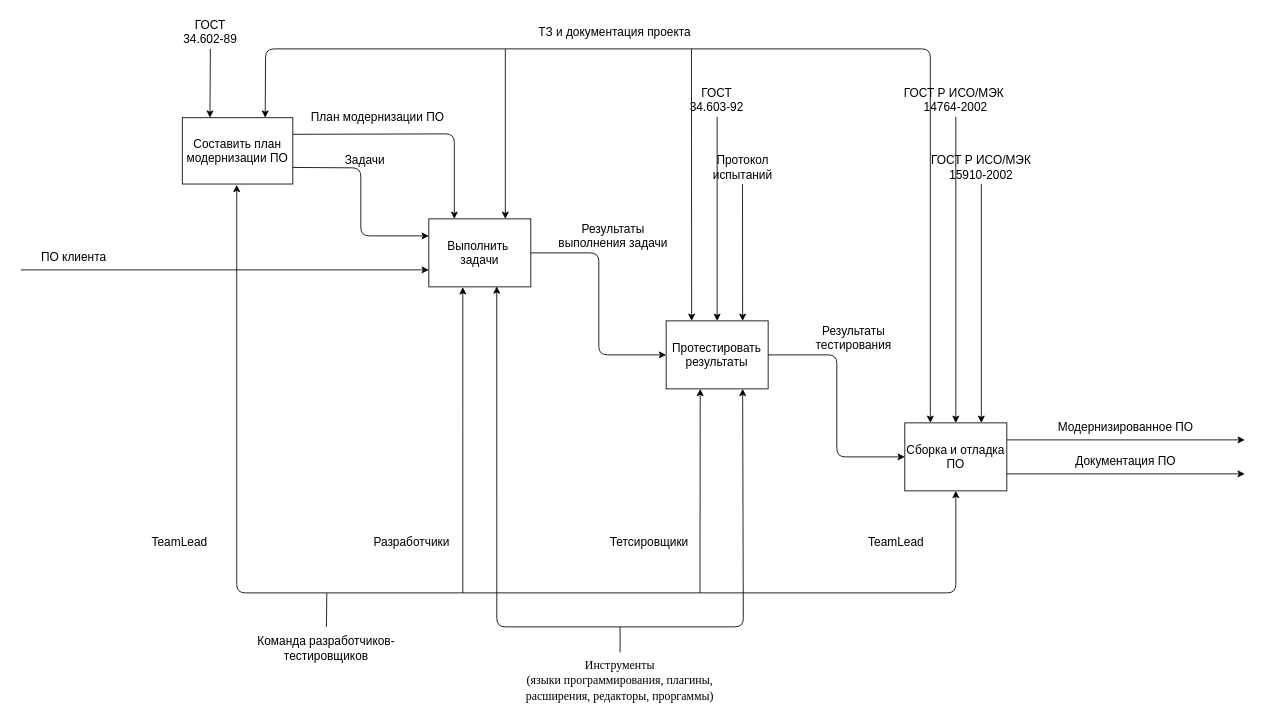
Above: Project.drawio in Semenov-D/IDEF0_Function-modeling (draw.io), before the change. Source tidied: cells renumbered, new cells numbered last; positions are measured from the earlier drawing's top-left corner, leaving out a move shared by most shapes. Both pictures are drawn from the tidied source at 85%, with x=0, y=0 at pixel (20, 14).
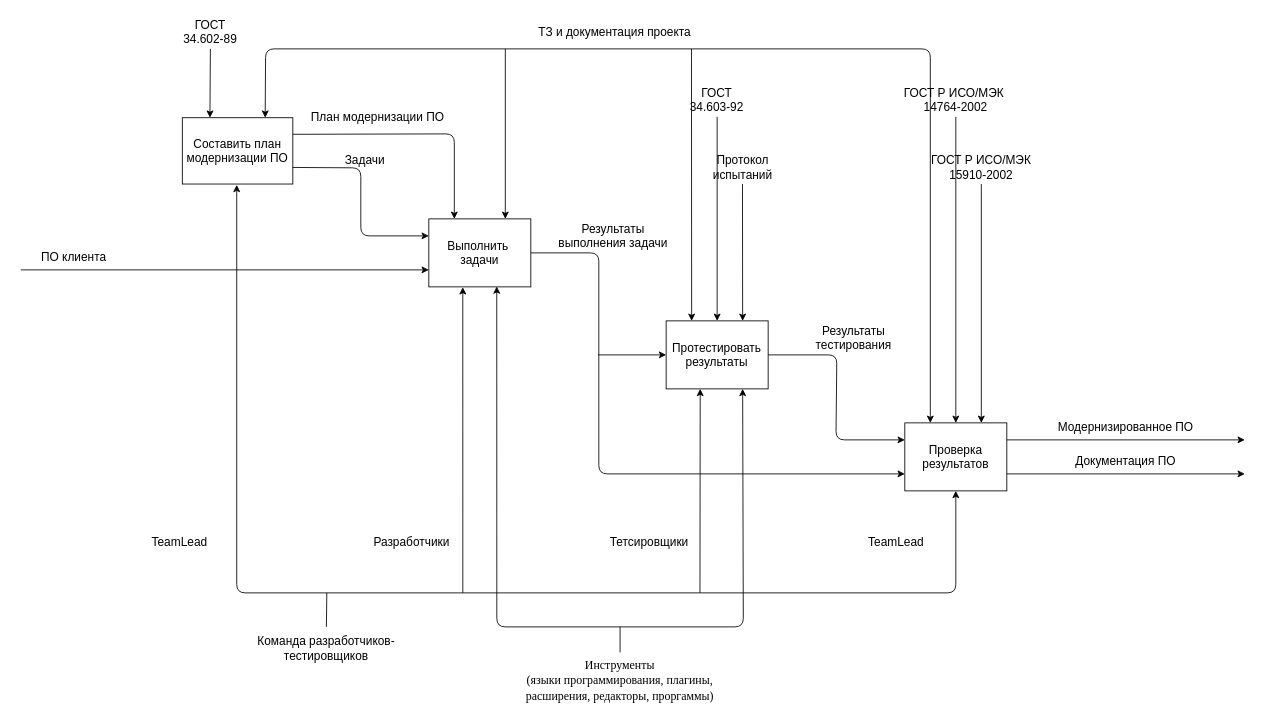
The same page after the edit.

Unchanged cells that the change refers to:
```xml
<mxCell id="7" value="&lt;font style=&quot;font-size: 14px;&quot;&gt;Выполнить&amp;nbsp; задачи&lt;/font&gt;" style="rounded=0;whiteSpace=wrap;html=1;" parent="1" vertex="1">
  <mxGeometry x="480" y="240" width="120" height="80" as="geometry" />
</mxCell>
<mxCell id="32" value="Протестировать результаты" style="rounded=0;whiteSpace=wrap;html=1;fontSize=14;" parent="1" vertex="1">
  <mxGeometry x="759.2" y="360" width="120" height="80" as="geometry" />
</mxCell>
```

Diff of the diagram source:
```diff
@@
-    <mxCell id="31" style="endArrow=classic;html=1;rounded=1;exitX=1;exitY=0.5;exitDx=0;exitDy=0;entryX=0;entryY=0.5;entryDx=0;entryDy=0;" parent="1" edge="1" source="7" target="32">
+    <mxCell id="31" style="endArrow=classic;html=1;rounded=1;exitX=1;exitY=0.5;exitDx=0;exitDy=0;entryX=0;entryY=0.75;entryDx=0;entryDy=0;" parent="1" edge="1" source="7" target="35">
       <mxGeometry relative="1" as="geometry">
         <Array as="points">
           <mxPoint x="680" y="280" />
-          <mxPoint x="680" y="400" />
+          <mxPoint x="680" y="540" />
         </Array>
       </mxGeometry>
     </mxCell>
@@
-    <mxCell id="33" style="endArrow=classic;html=1;rounded=1;fontSize=14;exitX=1;exitY=0.5;exitDx=0;exitDy=0;entryX=0;entryY=0.5;entryDx=0;entryDy=0;" parent="1" edge="1" source="32" target="35">
+    <mxCell id="33" style="endArrow=classic;html=1;rounded=1;fontSize=14;exitX=1;exitY=0.5;exitDx=0;exitDy=0;entryX=0;entryY=0.25;entryDx=0;entryDy=0;" parent="1" edge="1" source="32" target="35">
       <mxGeometry relative="1" as="geometry">
         <Array as="points">
           <mxPoint x="960" y="400" />
-          <mxPoint x="960" y="520" />
+          <mxPoint x="959" y="500" />
         </Array>
       </mxGeometry>
     </mxCell>
@@
-    <mxCell id="35" value="Сборка и отладка ПО" style="rounded=0;whiteSpace=wrap;html=1;fontSize=14;" parent="1" vertex="1">
+    <mxCell id="35" value="Проверка результатов" style="rounded=0;whiteSpace=wrap;html=1;fontSize=14;" parent="1" vertex="1">
       <mxGeometry x="1040" y="480" width="120" height="80" as="geometry" />
     </mxCell>
@@
+    <mxCell id="46" style="endArrow=classic;html=1;rounded=0;entryX=0;entryY=0.5;entryDx=0;entryDy=0;" parent="1" edge="1" target="32">
+      <mxGeometry relative="1" as="geometry">
+        <mxPoint x="679" y="400" as="sourcePoint" />
+      </mxGeometry>
+    </mxCell>
```
